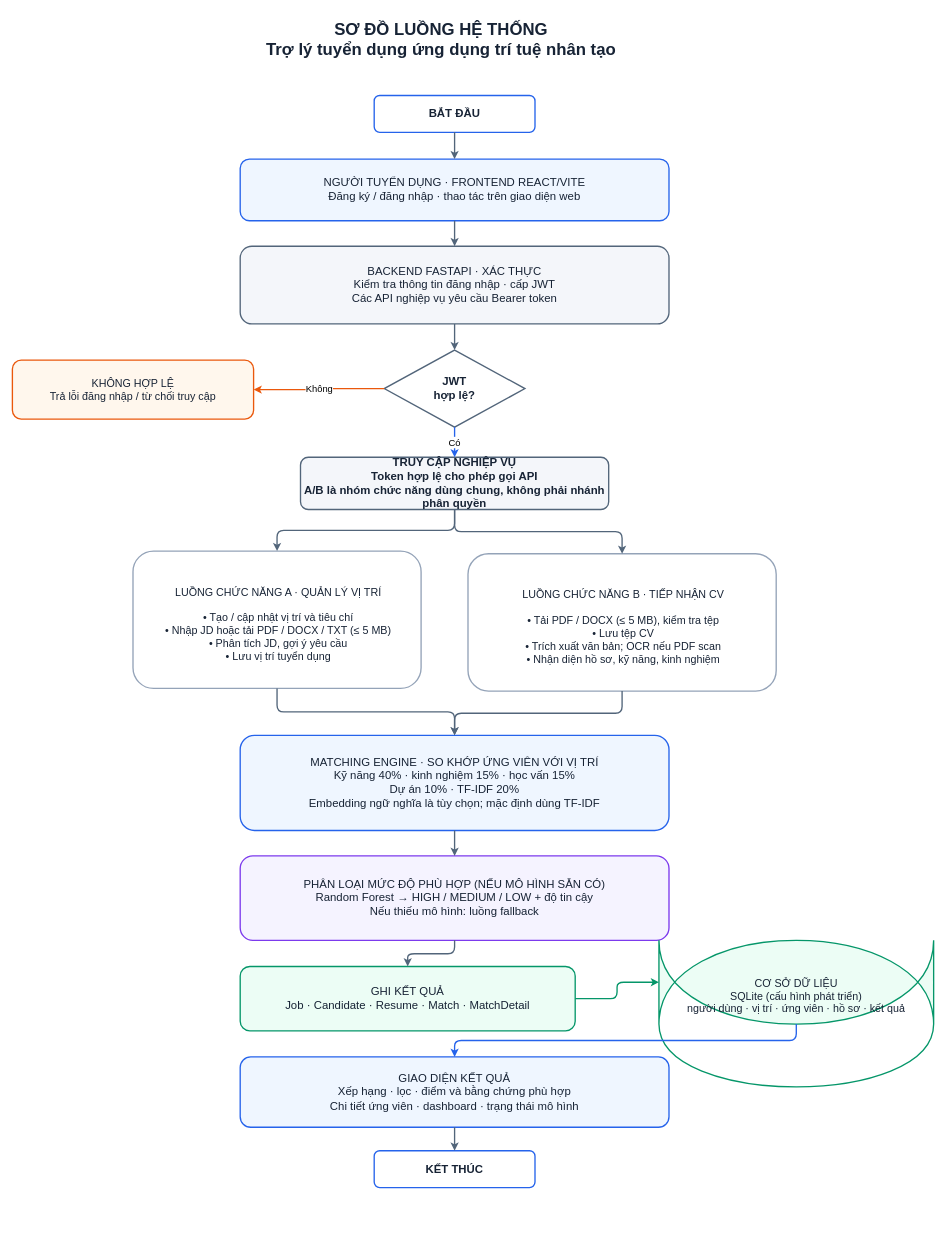
This is docs/01_So_do_luong_he_thong.drawio from nguyenbaquan204/DO_AN_TRI_TUE_NHAN_TAO, a draw.io file, before an edit. Source tidied: cells renumbered, new cells numbered last; positions are measured from the earlier drawing's top-left corner, leaving out a move shared by most shapes. Both pictures are drawn from the tidied source at 67%, with x=0, y=0 at pixel (12, 11).
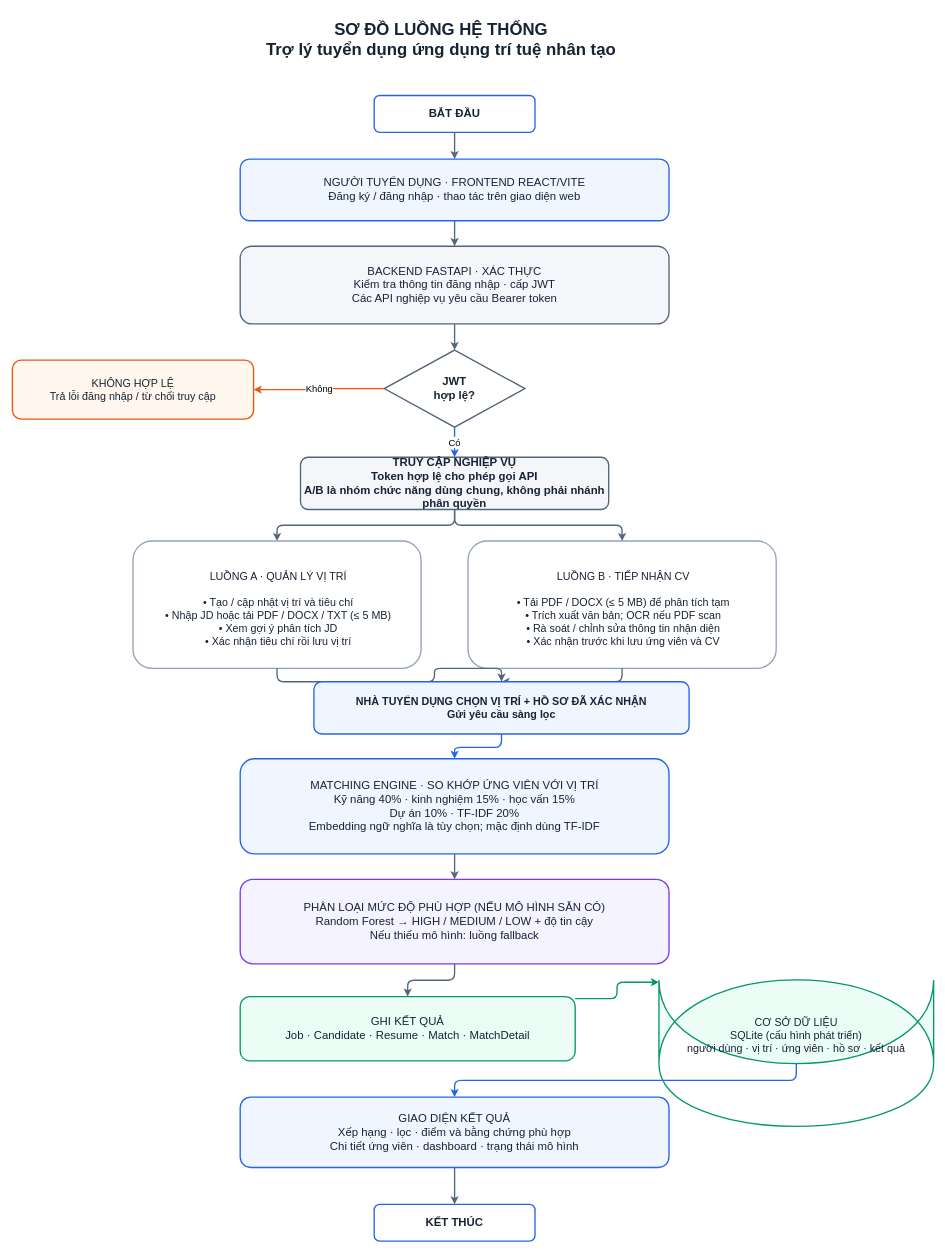
Above is the later version.

Change to the diagram source:
```diff
@@
-    <mxCell id="9" value="LUỒNG CHỨC NĂNG A · QUẢN LÝ VỊ TRÍ&lt;br&gt;&lt;br&gt;• Tạo / cập nhật vị trí và tiêu chí&lt;br&gt;• Nhập JD hoặc tải PDF / DOCX / TXT (≤ 5 MB)&lt;br&gt;• Phân tích JD, gợi ý yêu cầu&lt;br&gt;• Lưu vị trí tuyển dụng" style="rounded=1;whiteSpace=wrap;html=1;fillColor=#FFFFFF;strokeColor=#94A3B8;strokeWidth=2;fontSize=16;fontColor=#172335;align=center;spacingLeft=18;spacingRight=14;spacingTop=12;" parent="1" vertex="1">
-      <mxGeometry x="180" y="805" width="430" height="205" as="geometry" />
+    <mxCell id="9" value="LUỒNG A · QUẢN LÝ VỊ TRÍ&lt;br&gt;&lt;br&gt;• Tạo / cập nhật vị trí và tiêu chí&lt;br&gt;• Nhập JD hoặc tải PDF / DOCX / TXT (≤ 5 MB)&lt;br&gt;• Xem gợi ý phân tích JD&lt;br&gt;• Xác nhận tiêu chí rồi lưu vị trí" style="rounded=1;whiteSpace=wrap;html=1;fillColor=#FFFFFF;strokeColor=#94A3B8;strokeWidth=2;fontSize=16;fontColor=#172335;align=center;spacingLeft=18;spacingRight=14;spacingTop=12;" parent="1" vertex="1">
+      <mxGeometry x="180" y="790" width="430" height="190" as="geometry" />
     </mxCell>
-    <mxCell id="10" value="LUỒNG CHỨC NĂNG B · TIẾP NHẬN CV&lt;br&gt;&lt;br&gt;• Tải PDF / DOCX (≤ 5 MB), kiểm tra tệp&lt;br&gt;• Lưu tệp CV&lt;br&gt;• Trích xuất văn bản; OCR nếu PDF scan&lt;br&gt;• Nhận diện hồ sơ, kỹ năng, kinh nghiệm" style="rounded=1;whiteSpace=wrap;html=1;fillColor=#FFFFFF;strokeColor=#94A3B8;strokeWidth=2;fontSize=16;fontColor=#172335;align=center;spacingLeft=18;spacingRight=14;spacingTop=12;" parent="1" vertex="1">
-      <mxGeometry x="680" y="809" width="460" height="205" as="geometry" />
+    <mxCell id="10" value="LUỒNG B · TIẾP NHẬN CV&lt;br&gt;&lt;br&gt;• Tải PDF / DOCX (≤ 5 MB) để phân tích tạm&lt;br&gt;• Trích xuất văn bản; OCR nếu PDF scan&lt;br&gt;• Rà soát / chỉnh sửa thông tin nhận diện&lt;br&gt;• Xác nhận trước khi lưu ứng viên và CV" style="rounded=1;whiteSpace=wrap;html=1;fillColor=#FFFFFF;strokeColor=#94A3B8;strokeWidth=2;fontSize=16;fontColor=#172335;align=center;spacingLeft=18;spacingRight=14;spacingTop=12;" parent="1" vertex="1">
+      <mxGeometry x="680" y="790" width="460" height="190" as="geometry" />
     </mxCell>
     <mxCell id="11" value="MATCHING ENGINE · SO KHỚP ỨNG VIÊN VỚI VỊ TRÍ&lt;br&gt;Kỹ năng 40% · kinh nghiệm 15% · học vấn 15%&lt;br&gt;Dự án 10% · TF-IDF 20%&lt;br&gt;Embedding ngữ nghĩa là tùy chọn; mặc định dùng TF-IDF" style="rounded=1;whiteSpace=wrap;html=1;fillColor=#EFF6FF;strokeColor=#2563EB;strokeWidth=2;fontSize=17;fontColor=#172335;spacing=12;" parent="1" vertex="1">
-      <mxGeometry x="340" y="1080" width="640" height="142" as="geometry" />
+      <mxGeometry x="340" y="1115" width="640" height="142" as="geometry" />
     </mxCell>
     <mxCell id="12" value="PHÂN LOẠI MỨC ĐỘ PHÙ HỢP (NẾU MÔ HÌNH SẴN CÓ)&lt;br&gt;Random Forest → HIGH / MEDIUM / LOW + độ tin cậy&lt;br&gt;Nếu thiếu mô hình: luồng fallback" style="rounded=1;whiteSpace=wrap;html=1;fillColor=#F5F3FF;strokeColor=#7C3AED;strokeWidth=2;fontSize=17;fontColor=#172335;spacing=12;" parent="1" vertex="1">
-      <mxGeometry x="340" y="1260" width="640" height="126" as="geometry" />
+      <mxGeometry x="340" y="1295" width="640" height="126" as="geometry" />
     </mxCell>
     <mxCell id="13" value="GHI KẾT QUẢ&lt;br&gt;Job · Candidate · Resume · Match · MatchDetail" style="rounded=1;whiteSpace=wrap;html=1;fillColor=#ECFDF5;strokeColor=#059669;strokeWidth=2;fontSize=17;fontColor=#172335;" parent="1" vertex="1">
-      <mxGeometry x="340" y="1425" width="500" height="96" as="geometry" />
+      <mxGeometry x="340" y="1470" width="500" height="96" as="geometry" />
     </mxCell>
     <mxCell id="14" value="CƠ SỞ DỮ LIỆU&lt;br&gt;SQLite (cấu hình phát triển)&lt;br&gt;người dùng · vị trí · ứng viên · hồ sơ · kết quả" style="shape=cylinder;whiteSpace=wrap;html=1;boundedLbl=1;backgroundOutline=1;size=15;fillColor=#ECFDF5;strokeColor=#059669;strokeWidth=2;fontSize=16;fontColor=#172335;" parent="1" vertex="1">
-      <mxGeometry x="965" y="1386" width="410" height="125" as="geometry" />
+      <mxGeometry x="965" y="1445" width="410" height="125" as="geometry" />
     </mxCell>
     <mxCell id="15" value="GIAO DIỆN KẾT QUẢ&lt;br&gt;Xếp hạng · lọc · điểm và bằng chứng phù hợp&lt;br&gt;Chi tiết ứng viên · dashboard · trạng thái mô hình" style="rounded=1;whiteSpace=wrap;html=1;fillColor=#EFF6FF;strokeColor=#2563EB;strokeWidth=2;fontSize=17;fontColor=#172335;spacing=12;" parent="1" vertex="1">
-      <mxGeometry x="340" y="1560" width="640" height="105" as="geometry" />
+      <mxGeometry x="340" y="1620" width="640" height="105" as="geometry" />
     </mxCell>
     <mxCell id="16" value="KẾT THÚC" style="rounded=1;whiteSpace=wrap;html=1;fillColor=#FFFFFF;strokeColor=#2563EB;strokeWidth=2;fontSize=17;fontStyle=1;fontColor=#172335;" parent="1" vertex="1">
-      <mxGeometry x="540" y="1700" width="240" height="55" as="geometry" />
+      <mxGeometry x="540" y="1780" width="240" height="55" as="geometry" />
     </mxCell>
@@
-    <mxCell id="24" style="edgeStyle=orthogonalEdgeStyle;rounded=1;jettySize=auto;html=1;endArrow=classic;endFill=1;strokeColor=#52657A;strokeWidth=2;" parent="1" edge="1" source="9" target="11">
+    <mxCell id="24" style="edgeStyle=orthogonalEdgeStyle;rounded=1;jettySize=auto;html=1;endArrow=classic;endFill=1;strokeColor=#52657A;strokeWidth=2;" parent="1" edge="1" source="9" target="31">
       <mxGeometry relative="1" as="geometry" />
     </mxCell>
-    <mxCell id="25" style="edgeStyle=orthogonalEdgeStyle;rounded=1;jettySize=auto;html=1;endArrow=classic;endFill=1;strokeColor=#52657A;strokeWidth=2;" parent="1" edge="1" source="10" target="11">
+    <mxCell id="25" style="edgeStyle=orthogonalEdgeStyle;rounded=1;jettySize=auto;html=1;endArrow=classic;endFill=1;strokeColor=#52657A;strokeWidth=2;" parent="1" edge="1" source="10" target="31">
       <mxGeometry relative="1" as="geometry" />
     </mxCell>
@@
+    <mxCell id="31" value="NHÀ TUYỂN DỤNG CHỌN VỊ TRÍ + HỒ SƠ ĐÃ XÁC NHẬN&lt;br&gt;Gửi yêu cầu sàng lọc" style="rounded=1;whiteSpace=wrap;html=1;fillColor=#EFF6FF;strokeColor=#2563EB;strokeWidth=2;fontSize=16;fontStyle=1;fontColor=#172335;spacing=8;" parent="1" vertex="1">
+      <mxGeometry x="450" y="1000" width="560" height="78" as="geometry" />
+    </mxCell>
+    <mxCell id="32" style="edgeStyle=orthogonalEdgeStyle;rounded=1;jettySize=auto;html=1;endArrow=classic;endFill=1;strokeColor=#2563EB;strokeWidth=2;" parent="1" edge="1" source="31" target="11">
+      <mxGeometry relative="1" as="geometry" />
+    </mxCell>
```
